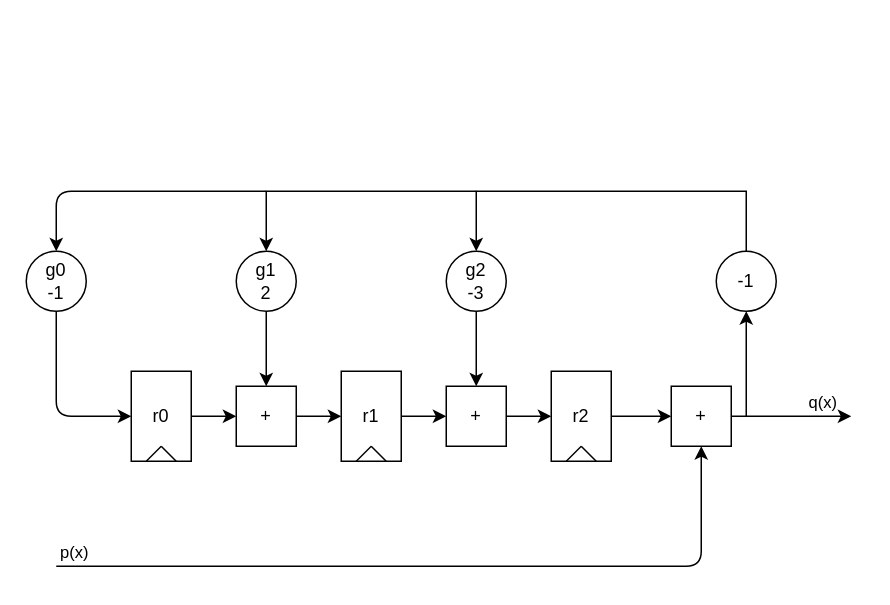
Before: page "divider_diagram" (1 of 11) of assets/reed_solomon/reed_solomon.drawio in tomverbeure/tomverbeure.github.io, a draw.io diagram. Source tidied: cells renumbered, new cells numbered last; positions are measured from the earlier drawing's top-left corner, leaving out a move shared by most shapes. Both pictures are drawn from the tidied source at 150%, with x=0, y=0 at pixel (26, 190).
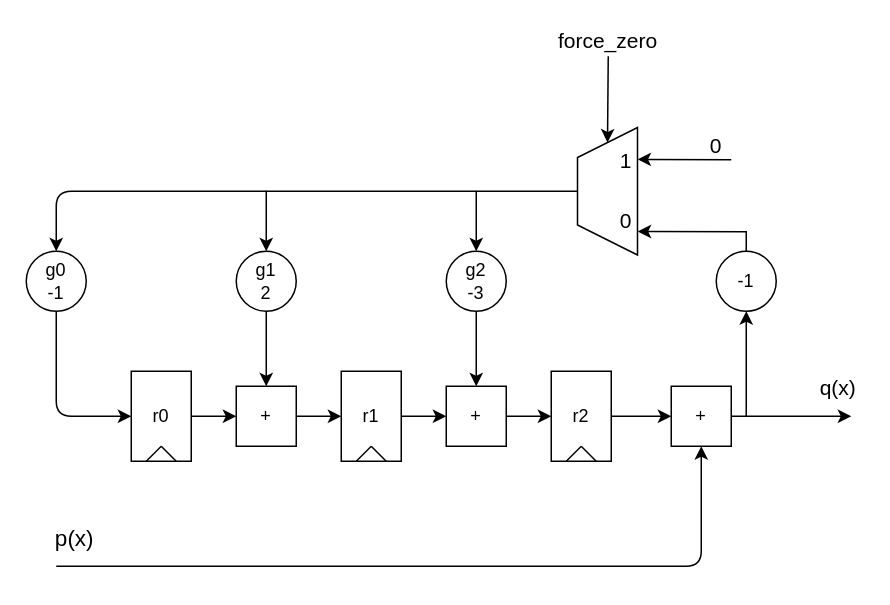
Above is the later version.

Unchanged cells that the change refers to:
```xml
<mxCell id="11" value="g2&lt;br&gt;-3" style="ellipse;whiteSpace=wrap;html=1;fillColor=none;" parent="1" vertex="1">
  <mxGeometry x="280" y="40" width="40" height="40" as="geometry" />
</mxCell>
<mxCell id="12" value="+" style="whiteSpace=wrap;html=1;fillColor=none;" parent="1" vertex="1">
  <mxGeometry x="430" y="130" width="40" height="40" as="geometry" />
</mxCell>
<mxCell id="16" style="endArrow=classic;html=1;exitX=1;exitY=0.5;exitDx=0;exitDy=0;" parent="1" edge="1" source="12">
  <mxGeometry relative="1" as="geometry">
    <mxPoint x="550" y="150" as="targetPoint" />
  </mxGeometry>
</mxCell>
<mxCell id="35" value="-1" style="ellipse;whiteSpace=wrap;html=1;fillColor=none;" parent="1" vertex="1">
  <mxGeometry x="460" y="40" width="40" height="40" as="geometry" />
</mxCell>
```

The edit, as a diff of the source:
```diff
@@
-    <mxCell id="13" style="endArrow=classic;html=1;entryX=0.5;entryY=1;entryDx=0;entryDy=0;" parent="1" edge="1" target="12">
+    <mxCell id="13" style="endArrow=classic;html=1;entryX=0.5;entryY=1;entryDx=0;entryDy=0;fontSize=15;" parent="1" edge="1" target="12">
       <mxGeometry relative="1" as="geometry">
         <mxPoint x="20" y="250" as="sourcePoint" />
         <Array as="points">
           <mxPoint x="450" y="250" />
         </Array>
       </mxGeometry>
     </mxCell>
-    <mxCell id="14" value="p(x)" style="edgeLabel;html=1;align=center;verticalAlign=middle;" parent="13" vertex="1">
+    <mxCell id="14" value="p(x)" style="edgeLabel;html=1;align=center;verticalAlign=middle;fontSize=15;" parent="13" vertex="1">
       <mxGeometry x="-0.73" y="-1" relative="1" as="geometry">
-        <mxPoint x="-58" y="-11" as="offset" />
+        <mxPoint x="-58" y="-21" as="offset" />
       </mxGeometry>
     </mxCell>
@@
-    <mxCell id="17" value="q(x)" style="edgeLabel;html=1;align=center;verticalAlign=middle;" parent="16" vertex="1">
+    <mxCell id="17" value="q(x)" style="edgeLabel;html=1;align=center;verticalAlign=middle;fontSize=14;" parent="16" vertex="1">
       <mxGeometry x="-0.06" relative="1" as="geometry">
-        <mxPoint x="22.3" y="-10" as="offset" />
+        <mxPoint x="32.3" y="-20" as="offset" />
       </mxGeometry>
     </mxCell>
@@
-    <mxCell id="21" style="endArrow=classic;html=1;entryX=0.5;entryY=0;entryDx=0;entryDy=0;rounded=0;exitX=0.5;exitY=0;exitDx=0;exitDy=0;" parent="1" edge="1" source="35" target="11">
-      <mxGeometry relative="1" as="geometry">
-        <Array as="points">
-          <mxPoint x="480" />
-          <mxPoint x="300" />
-        </Array>
-      </mxGeometry>
-    </mxCell>
@@
+    <mxCell id="37" style="shape=trapezoid;perimeter=trapezoidPerimeter;whiteSpace=wrap;html=1;fixedSize=1;fillColor=none;fontSize=20;fontColor=#0000CC;rotation=-90;" parent="1" vertex="1">
+      <mxGeometry x="345" y="-20" width="85" height="40" as="geometry" />
+    </mxCell>
+    <mxCell id="38" style="endArrow=classic;html=1;fontSize=20;fontColor=#0000CC;entryX=0.5;entryY=0;entryDx=0;entryDy=0;exitX=0.5;exitY=0;exitDx=0;exitDy=0;rounded=0;" parent="1" edge="1" source="37">
+      <mxGeometry relative="1" as="geometry">
+        <mxPoint x="300" y="40" as="targetPoint" />
+        <Array as="points">
+          <mxPoint x="300" />
+        </Array>
+      </mxGeometry>
+    </mxCell>
+    <mxCell id="39" style="endArrow=classic;html=1;fontSize=20;fontColor=#0000CC;entryX=0.185;entryY=1.003;entryDx=0;entryDy=0;entryPerimeter=0;exitX=0.5;exitY=0;exitDx=0;exitDy=0;rounded=0;" parent="1" edge="1" target="37">
+      <mxGeometry relative="1" as="geometry">
+        <mxPoint x="480" y="40" as="sourcePoint" />
+        <Array as="points">
+          <mxPoint x="480" y="27" />
+        </Array>
+      </mxGeometry>
+    </mxCell>
+    <mxCell id="40" style="endArrow=classic;html=1;fontSize=20;fontColor=#0000CC;entryX=0.75;entryY=1;entryDx=0;entryDy=0;" parent="1" edge="1" target="37">
+      <mxGeometry relative="1" as="geometry">
+        <mxPoint x="470" y="-21" as="sourcePoint" />
+      </mxGeometry>
+    </mxCell>
+    <mxCell id="41" style="endArrow=classic;html=1;fontSize=20;fontColor=#000000;entryX=1;entryY=0.5;entryDx=0;entryDy=0;" parent="1" edge="1" target="37">
+      <mxGeometry relative="1" as="geometry">
+        <mxPoint x="388" y="-90" as="sourcePoint" />
+      </mxGeometry>
+    </mxCell>
+    <mxCell id="42" value="0" style="text;html=1;strokeColor=none;fillColor=none;align=center;verticalAlign=middle;whiteSpace=wrap;rounded=0;fontSize=14;fontColor=#000000;" parent="1" vertex="1">
+      <mxGeometry x="440" y="-40" width="40" height="20" as="geometry" />
+    </mxCell>
+    <mxCell id="43" value="force_zero" style="text;html=1;strokeColor=none;fillColor=none;align=center;verticalAlign=middle;whiteSpace=wrap;rounded=0;fontSize=14;fontColor=#000000;" parent="1" vertex="1">
+      <mxGeometry x="367.5" y="-110" width="40" height="20" as="geometry" />
+    </mxCell>
+    <mxCell id="44" value="1" style="text;html=1;strokeColor=none;fillColor=none;align=center;verticalAlign=middle;whiteSpace=wrap;rounded=0;fontSize=14;fontColor=#000000;" parent="1" vertex="1">
+      <mxGeometry x="380" y="-30" width="40" height="20" as="geometry" />
+    </mxCell>
+    <mxCell id="45" value="0" style="text;html=1;strokeColor=none;fillColor=none;align=center;verticalAlign=middle;whiteSpace=wrap;rounded=0;fontSize=14;fontColor=#000000;" parent="1" vertex="1">
+      <mxGeometry x="380" y="10" width="40" height="20" as="geometry" />
+    </mxCell>
```
